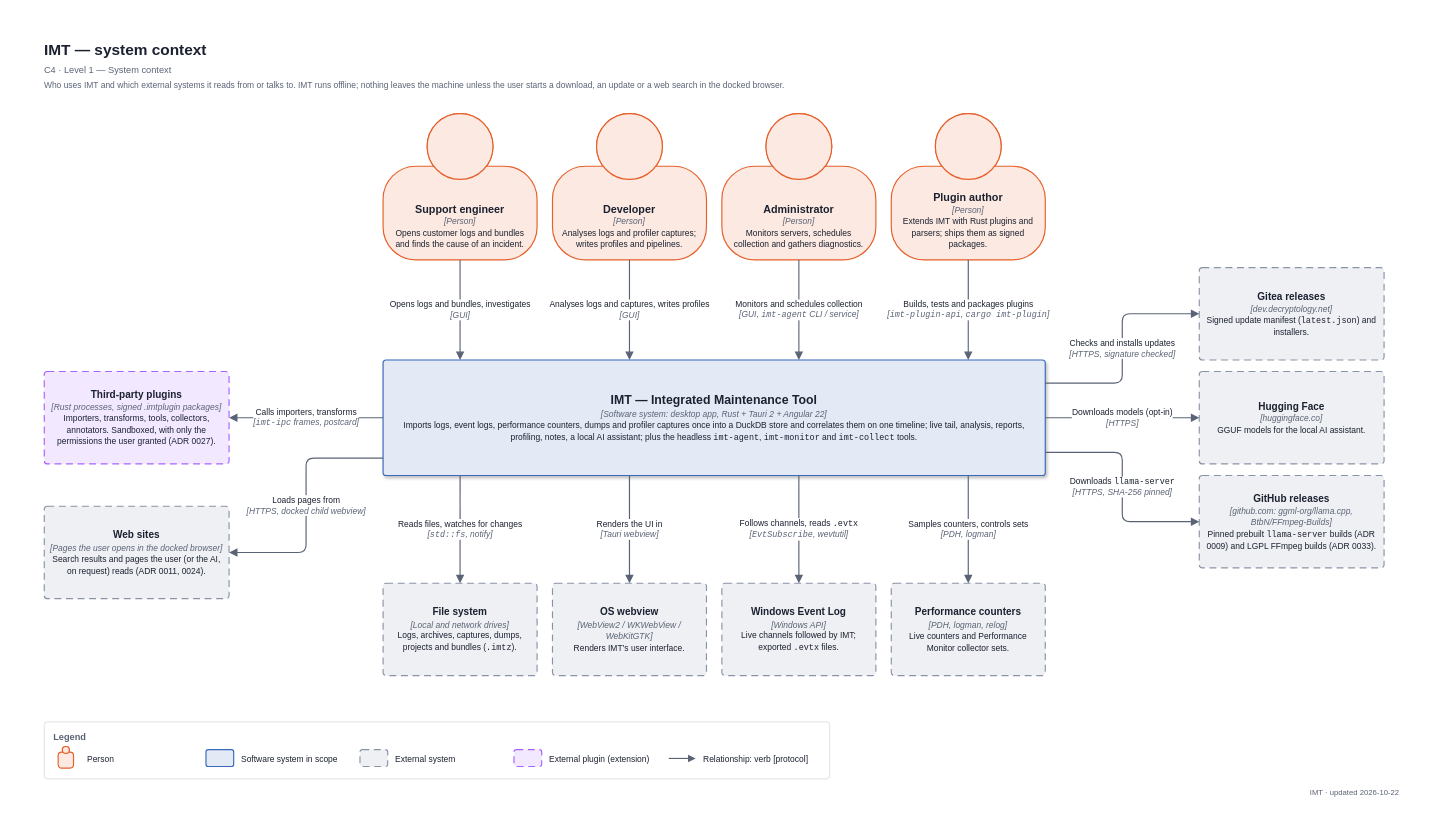
Before: docs/diagrams/c4-1-context.drawio in decryp7/integrated_maintenance_tool, a draw.io diagram. Source tidied: cells renumbered, new cells numbered last; positions are measured from the earlier drawing's top-left corner, leaving out a move shared by most shapes. Both pictures are drawn from the tidied source at 77%, with x=0, y=0 at pixel (13, 13).
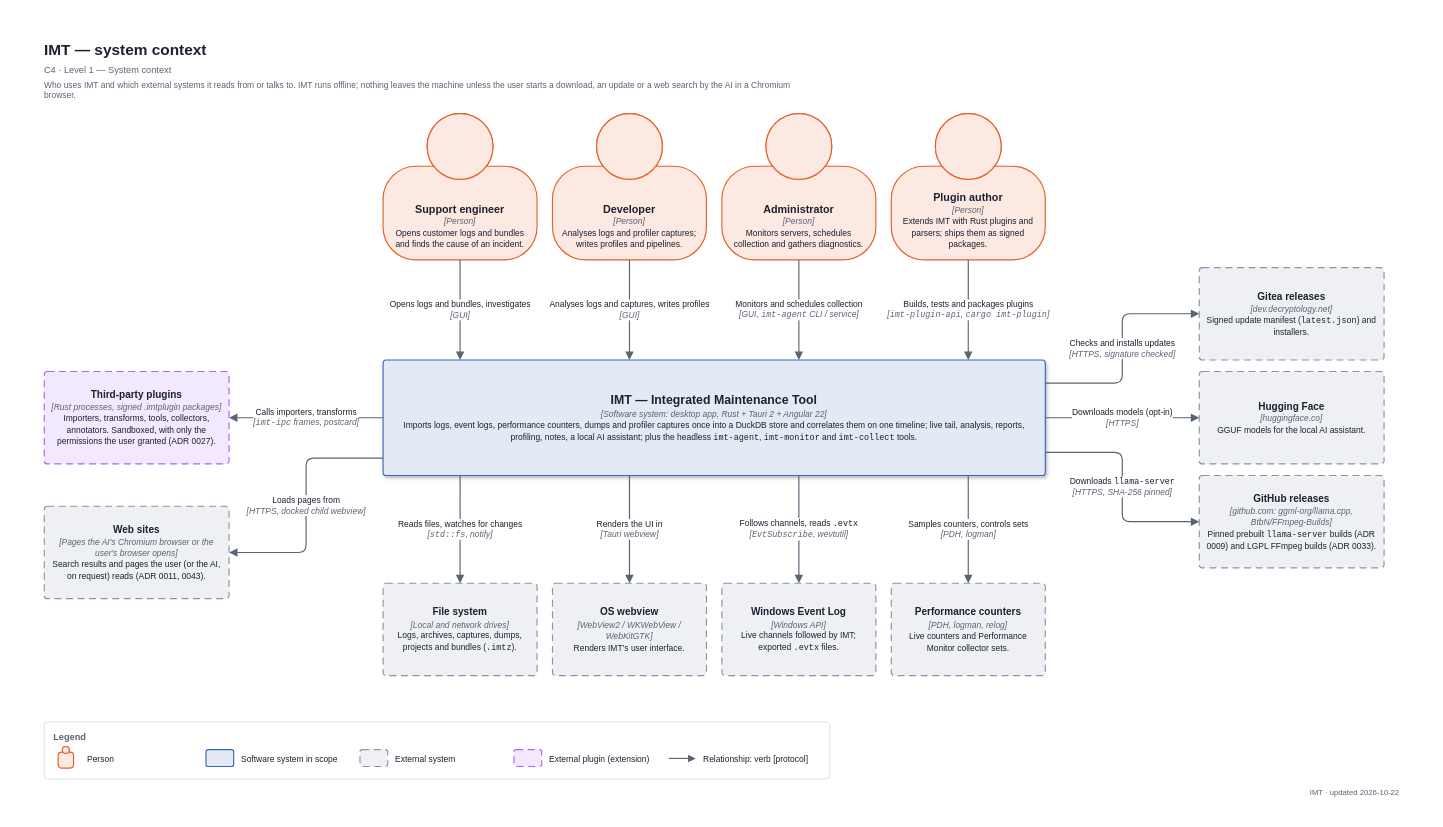
The same page after the edit.

Diff of the diagram source:
```diff
@@
-    <mxCell id="5" value="&lt;span style=&quot;font-size:11px;color:#5A6375&quot;&gt;Who uses IMT and which external systems it reads from or talks to. IMT runs offline; nothing leaves the machine unless the user starts a download, an update or a web search in the docked browser.&lt;/span&gt;" style="fontFamily=Arial,Helvetica,sans-serif;html=1;whiteSpace=wrap;fontColor=#1B2130;fontSize=11;text;strokeColor=none;fillColor=none;align=left;verticalAlign=top;spacing=0;" parent="1" vertex="1">
+    <mxCell id="5" value="&lt;span style=&quot;font-size:11px;color:#5A6375&quot;&gt;Who uses IMT and which external systems it reads from or talks to. IMT runs offline; nothing leaves the machine unless the user starts a download, an update or a web search by the AI in a Chromium browser.&lt;/span&gt;" style="fontFamily=Arial,Helvetica,sans-serif;html=1;whiteSpace=wrap;fontColor=#1B2130;fontSize=11;text;strokeColor=none;fillColor=none;align=left;verticalAlign=top;spacing=0;" parent="1" vertex="1">
       <mxGeometry x="40" y="82" width="1000" height="18" as="geometry" />
     </mxCell>
@@
-    <mxCell id="45" value="&lt;div style=&quot;line-height:1.35&quot;&gt;&lt;b style=&quot;font-size:13px&quot;&gt;Web sites&lt;/b&gt;&lt;br&gt;&lt;i style=&quot;font-size:11px;color:#5A6375&quot;&gt;[Pages the user opens in the docked browser]&lt;/i&gt;&lt;br&gt;&lt;span style=&quot;font-size:11px&quot;&gt;Search results and pages the user (or the AI, on request) reads (ADR 0011, 0024).&lt;/span&gt;&lt;/div&gt;" style="fontFamily=Arial,Helvetica,sans-serif;html=1;whiteSpace=wrap;fontColor=#1B2130;fontSize=11;rounded=1;arcSize=8;absoluteArcSize=1;strokeWidth=1.5;strokeColor=#8A93A6;fillColor=#EEF0F3;spacing=8;align=center;verticalAlign=middle;dashed=1;dashPattern=6 4;" parent="1" vertex="1">
+    <mxCell id="45" value="&lt;div style=&quot;line-height:1.35&quot;&gt;&lt;b style=&quot;font-size:13px&quot;&gt;Web sites&lt;/b&gt;&lt;br&gt;&lt;i style=&quot;font-size:11px;color:#5A6375&quot;&gt;[Pages the AI's Chromium browser or the user's browser opens]&lt;/i&gt;&lt;br&gt;&lt;span style=&quot;font-size:11px&quot;&gt;Search results and pages the user (or the AI, on request) reads (ADR 0011, 0043).&lt;/span&gt;&lt;/div&gt;" style="fontFamily=Arial,Helvetica,sans-serif;html=1;whiteSpace=wrap;fontColor=#1B2130;fontSize=11;rounded=1;arcSize=8;absoluteArcSize=1;strokeWidth=1.5;strokeColor=#8A93A6;fillColor=#EEF0F3;spacing=8;align=center;verticalAlign=middle;dashed=1;dashPattern=6 4;" parent="1" vertex="1">
       <mxGeometry x="40" y="640" width="240" height="120" as="geometry" />
     </mxCell>
```
